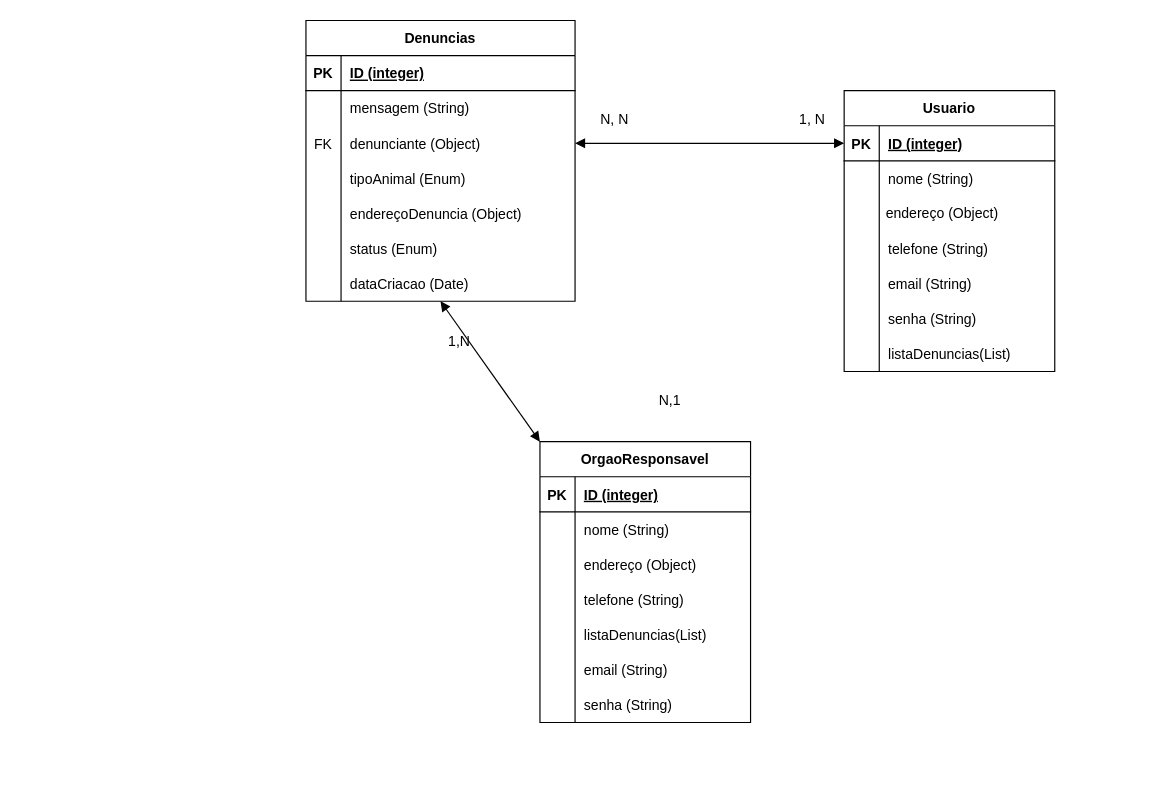
The draw.io diagram Entidades_e_relacionamentos.drawio in michaelsanguinete/CompassFinalProject, before the edit. Source tidied: cells renumbered, new cells numbered last; positions are measured from the earlier drawing's top-left corner, leaving out a move shared by most shapes. Both pictures are drawn from the tidied source at 117%, with x=0, y=0 at pixel (305, 20).
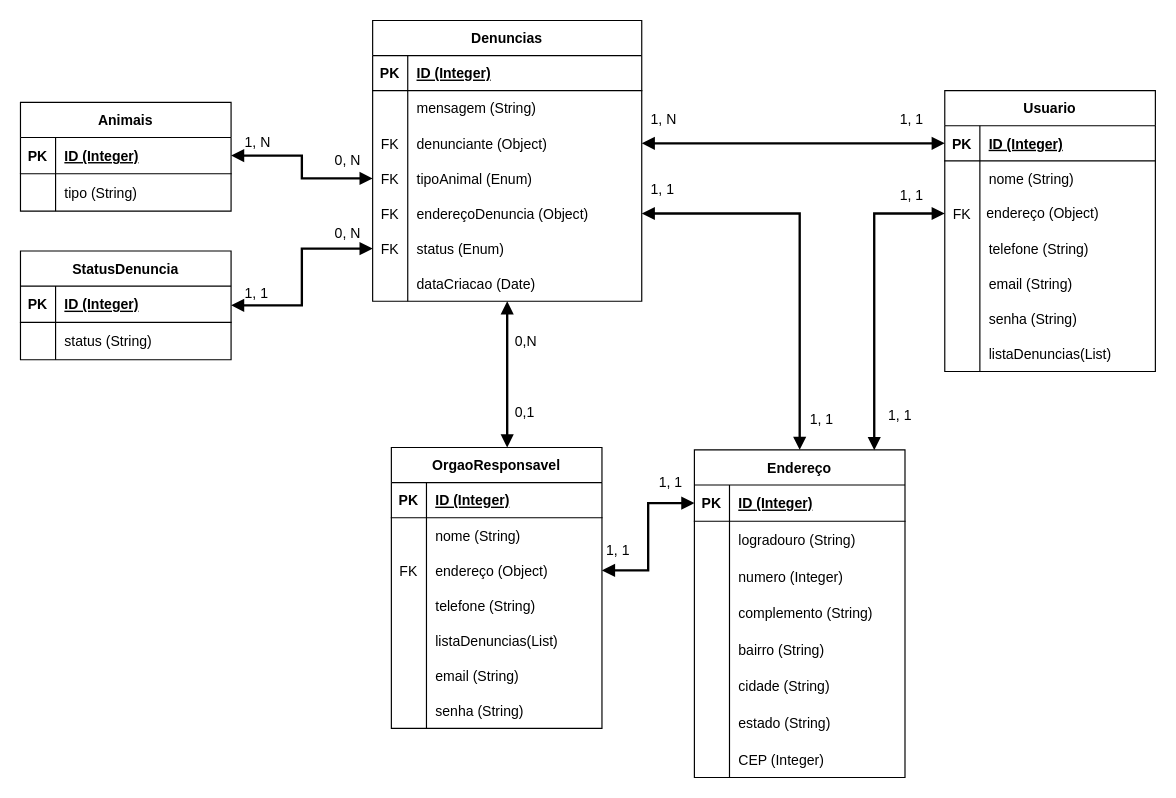
The same diagram, later.

Unchanged cells that the change refers to:
```xml
<mxCell id="3" style="shape=partialRectangle;fillColor=none;top=0;left=0;bottom=1;right=0;" parent="2" vertex="1">
  <mxGeometry y="30" width="230" height="30" as="geometry" />
</mxCell>
<mxCell id="9" style="shape=partialRectangle;fillColor=none;top=0;left=0;bottom=0;right=0;points=[[0,0.5],[1,0.5]];portConstraint=eastwest;" parent="2" vertex="1">
  <mxGeometry y="90" width="230" height="30" as="geometry" />
</mxCell>
<mxCell id="12" style="shape=partialRectangle;fillColor=none;top=0;left=0;bottom=0;right=0;points=[[0,0.5],[1,0.5]];portConstraint=eastwest;" parent="2" vertex="1">
  <mxGeometry y="120" width="230" height="30" as="geometry" />
</mxCell>
<mxCell id="15" style="shape=partialRectangle;fillColor=none;top=0;left=0;bottom=0;right=0;points=[[0,0.5],[1,0.5]];portConstraint=eastwest;" parent="2" vertex="1">
  <mxGeometry y="150" width="230" height="30" as="geometry" />
</mxCell>
<mxCell id="18" style="shape=partialRectangle;fillColor=none;top=0;left=0;bottom=0;right=0;points=[[0,0.5],[1,0.5]];portConstraint=eastwest;" parent="2" vertex="1">
  <mxGeometry y="180" width="230" height="30" as="geometry" />
</mxCell>
<mxCell id="25" style="shape=partialRectangle;fillColor=none;top=0;left=0;bottom=1;right=0;points=[[0,0.5],[1,0.5]];portConstraint=eastwest;" parent="24" vertex="1">
  <mxGeometry y="30" width="180" height="30" as="geometry" />
</mxCell>
<mxCell id="31" style="shape=partialRectangle;fillColor=none;top=0;left=0;bottom=0;right=0;points=[[0,0.5],[1,0.5]];portConstraint=eastwest;" parent="24" vertex="1">
  <mxGeometry y="90" width="180" height="30" as="geometry" />
</mxCell>
<mxCell id="49" style="shape=partialRectangle;fillColor=none;top=0;left=0;bottom=1;right=0;" parent="48" vertex="1">
  <mxGeometry y="30" width="180" height="30" as="geometry" />
</mxCell>
<mxCell id="55" style="shape=partialRectangle;fillColor=none;top=0;left=0;bottom=0;right=0;points=[[0,0.5],[1,0.5]];portConstraint=eastwest;" parent="48" vertex="1">
  <mxGeometry y="90" width="180" height="30" as="geometry" />
</mxCell>
```

What changed in the source:
```diff
@@
     <mxCell id="2" value="Denuncias" style="shape=table;startSize=30;childLayout=tableLayout;rowLines=0;fontStyle=1;align=center;" parent="1" vertex="1">
-      <mxGeometry width="230" height="240" as="geometry" />
+      <mxGeometry x="57" width="230" height="240" as="geometry" />
     </mxCell>
@@
-    <mxCell id="5" value="ID (integer)" style="shape=partialRectangle;fillColor=none;top=0;left=0;bottom=0;right=0;align=left;spacingLeft=6;fontStyle=5;overflow=hidden;" parent="3" vertex="1">
+    <mxCell id="5" value="ID (Integer)" style="shape=partialRectangle;fillColor=none;top=0;left=0;bottom=0;right=0;align=left;spacingLeft=6;fontStyle=5;overflow=hidden;" parent="3" vertex="1">
       <mxGeometry x="30" width="200" height="30" as="geometry" />
     </mxCell>
@@
-    <mxCell id="13" style="shape=partialRectangle;fillColor=none;top=0;left=0;bottom=0;right=0;overflow=hidden;" parent="12" vertex="1">
+    <mxCell id="13" value="FK" style="shape=partialRectangle;fillColor=none;top=0;left=0;bottom=0;right=0;overflow=hidden;" parent="12" vertex="1">
       <mxGeometry width="30" height="30" as="geometry" />
     </mxCell>
@@
-    <mxCell id="16" style="shape=partialRectangle;fillColor=none;top=0;left=0;bottom=0;right=0;overflow=hidden;" parent="15" vertex="1">
+    <mxCell id="16" value="FK" style="shape=partialRectangle;fillColor=none;top=0;left=0;bottom=0;right=0;overflow=hidden;" parent="15" vertex="1">
       <mxGeometry width="30" height="30" as="geometry" />
     </mxCell>
@@
-    <mxCell id="19" style="shape=partialRectangle;fillColor=none;top=0;left=0;bottom=0;right=0;overflow=hidden;" parent="18" vertex="1">
+    <mxCell id="19" value="FK" style="shape=partialRectangle;fillColor=none;top=0;left=0;bottom=0;right=0;overflow=hidden;" parent="18" vertex="1">
       <mxGeometry width="30" height="30" as="geometry" />
     </mxCell>
@@
     <mxCell id="24" value="Usuario" style="shape=table;startSize=30;childLayout=tableLayout;rowLines=0;fontStyle=1;align=center;fillColor=none;right=1;resizeLastRow=1;" parent="1" vertex="1">
-      <mxGeometry x="460" y="60" width="180" height="240" as="geometry" />
+      <mxGeometry x="546" y="60" width="180" height="240" as="geometry" />
     </mxCell>
@@
-    <mxCell id="27" value="ID (integer)" style="shape=partialRectangle;fillColor=none;top=0;left=0;bottom=0;right=0;align=left;spacingLeft=6;fontStyle=5;overflow=hidden;" parent="25" vertex="1">
+    <mxCell id="27" value="ID (Integer)" style="shape=partialRectangle;fillColor=none;top=0;left=0;bottom=0;right=0;align=left;spacingLeft=6;fontStyle=5;overflow=hidden;" parent="25" vertex="1">
       <mxGeometry x="30" width="150" height="30" as="geometry" />
     </mxCell>
@@
-    <mxCell id="32" style="shape=partialRectangle;fillColor=none;top=0;left=0;bottom=0;right=0;overflow=hidden;" parent="31" vertex="1">
+    <mxCell id="32" value="FK" style="shape=partialRectangle;fillColor=none;top=0;left=0;bottom=0;right=0;overflow=hidden;" parent="31" vertex="1">
       <mxGeometry width="30" height="30" as="geometry" />
     </mxCell>
@@
-    <mxCell id="46" style="edgeStyle=orthogonalEdgeStyle;rounded=0;jettySize=auto;html=1;entryX=0;entryY=0.5;entryDx=0;entryDy=0;startArrow=block;startFill=1;endArrow=block;endFill=1;" parent="1" edge="1" source="9" target="25">
+    <mxCell id="46" style="edgeStyle=orthogonalEdgeStyle;rounded=0;jettySize=auto;html=1;entryX=0;entryY=0.5;entryDx=0;entryDy=0;startArrow=block;startFill=1;endArrow=block;endFill=1;strokeWidth=2;" parent="1" edge="1" source="9" target="25">
       <mxGeometry relative="1" as="geometry" />
     </mxCell>
-    <mxCell id="47" style="edgeStyle=orthogonalEdgeStyle;rounded=0;jettySize=auto;html=1;entryX=0.5;entryY=1;entryDx=0;entryDy=0;endArrow=block;endFill=1;startArrow=block;startFill=1;targetPerimeterSpacing=0;sourcePerimeterSpacing=0;jumpSize=6;noEdgeStyle=1;orthogonal=1;" parent="1" edge="1" source="48" target="2">
+    <mxCell id="47" style="edgeStyle=orthogonalEdgeStyle;rounded=0;jettySize=auto;html=1;entryX=0.5;entryY=1;entryDx=0;entryDy=0;endArrow=block;endFill=1;startArrow=block;startFill=1;targetPerimeterSpacing=0;sourcePerimeterSpacing=0;jumpSize=6;noEdgeStyle=1;orthogonal=1;strokeWidth=2;" parent="1" edge="1" source="48" target="2">
       <mxGeometry relative="1" as="geometry" />
     </mxCell>
     <mxCell id="48" value="OrgaoResponsavel" style="shape=table;startSize=30;childLayout=tableLayout;rowLines=0;fontStyle=1;align=center;" parent="1" vertex="1">
-      <mxGeometry x="200" y="360" width="180" height="240" as="geometry" />
+      <mxGeometry x="73" y="365" width="180" height="240" as="geometry" />
     </mxCell>
@@
-    <mxCell id="51" value="ID (integer)" style="shape=partialRectangle;fillColor=none;top=0;left=0;bottom=0;right=0;align=left;spacingLeft=6;fontStyle=5;overflow=hidden;" parent="49" vertex="1">
+    <mxCell id="51" value="ID (Integer)" style="shape=partialRectangle;fillColor=none;top=0;left=0;bottom=0;right=0;align=left;spacingLeft=6;fontStyle=5;overflow=hidden;" parent="49" vertex="1">
       <mxGeometry x="30" width="150" height="30" as="geometry" />
     </mxCell>
@@
-    <mxCell id="56" style="shape=partialRectangle;fillColor=none;top=0;left=0;bottom=0;right=0;overflow=hidden;" parent="55" vertex="1">
+    <mxCell id="56" value="FK" style="shape=partialRectangle;fillColor=none;top=0;left=0;bottom=0;right=0;overflow=hidden;" parent="55" vertex="1">
       <mxGeometry width="30" height="30" as="geometry" />
     </mxCell>
@@
-    <mxCell id="70" value="1,N" style="text;html=1;strokeColor=none;fillColor=none;align=left;verticalAlign=middle;whiteSpace=wrap;rounded=0;sketch=0;" parent="1" vertex="1">
-      <mxGeometry x="120" y="260" width="60" height="30" as="geometry" />
+    <mxCell id="70" value="0,N" style="text;html=1;strokeColor=none;fillColor=none;align=left;verticalAlign=middle;whiteSpace=wrap;rounded=0;sketch=0;" parent="1" vertex="1">
+      <mxGeometry x="177" y="260" width="26" height="30" as="geometry" />
     </mxCell>
-    <mxCell id="71" value="N,1" style="text;html=1;strokeColor=none;fillColor=none;align=left;verticalAlign=middle;whiteSpace=wrap;rounded=0;sketch=0;" parent="1" vertex="1">
-      <mxGeometry x="300" y="310" width="60" height="30" as="geometry" />
+    <mxCell id="71" value="0,1" style="text;html=1;strokeColor=none;fillColor=none;align=left;verticalAlign=middle;whiteSpace=wrap;rounded=0;sketch=0;" parent="1" vertex="1">
+      <mxGeometry x="177" y="320" width="26" height="30" as="geometry" />
     </mxCell>
-    <mxCell id="72" value="N, N" style="text;html=1;strokeColor=none;fillColor=none;align=left;verticalAlign=middle;whiteSpace=wrap;rounded=0;sketch=0;" parent="1" vertex="1">
-      <mxGeometry x="250" y="70" width="30" height="30" as="geometry" />
+    <mxCell id="72" value="1, N" style="text;html=1;strokeColor=none;fillColor=none;align=left;verticalAlign=middle;whiteSpace=wrap;rounded=0;sketch=0;" parent="1" vertex="1">
+      <mxGeometry x="293" y="70" width="30" height="30" as="geometry" />
     </mxCell>
-    <mxCell id="73" value="1, N" style="text;html=1;strokeColor=none;fillColor=none;align=left;verticalAlign=middle;whiteSpace=wrap;rounded=0;sketch=0;" parent="1" vertex="1">
-      <mxGeometry x="420" y="70" width="30" height="30" as="geometry" />
+    <mxCell id="73" value="1, 1" style="text;html=1;strokeColor=none;fillColor=none;align=left;verticalAlign=middle;whiteSpace=wrap;rounded=0;sketch=0;" parent="1" vertex="1">
+      <mxGeometry x="506" y="70" width="30" height="30" as="geometry" />
     </mxCell>
+    <mxCell id="74" value="Endereço" style="shape=table;startSize=30;childLayout=tableLayout;rowLines=0;fontStyle=1;align=center;" parent="1" vertex="1">
+      <mxGeometry x="332" y="367" width="180" height="280" as="geometry" />
+    </mxCell>
+    <mxCell id="75" style="shape=partialRectangle;fillColor=none;top=0;left=0;bottom=1;right=0;points=[[0,0.5],[1,0.5]];portConstraint=eastwest;" parent="74" vertex="1">
+      <mxGeometry y="30" width="180" height="31" as="geometry" />
+    </mxCell>
+    <mxCell id="76" value="PK" style="shape=partialRectangle;fillColor=none;top=0;left=0;bottom=0;right=0;fontStyle=1;overflow=hidden;" parent="75" vertex="1">
+      <mxGeometry width="30" height="31" as="geometry" />
+    </mxCell>
+    <mxCell id="77" value="ID (Integer)" style="shape=partialRectangle;fillColor=none;top=0;left=0;bottom=0;right=0;align=left;spacingLeft=6;fontStyle=5;overflow=hidden;" parent="75" vertex="1">
+      <mxGeometry x="30" width="150" height="31" as="geometry" />
+    </mxCell>
+    <mxCell id="78" style="shape=partialRectangle;fillColor=none;top=0;left=0;bottom=0;right=0;" parent="74" vertex="1">
+      <mxGeometry y="61" width="180" height="32" as="geometry" />
+    </mxCell>
+    <mxCell id="79" style="shape=partialRectangle;fillColor=none;top=0;left=0;bottom=0;right=0;overflow=hidden;" parent="78" vertex="1">
+      <mxGeometry width="30" height="32" as="geometry" />
+    </mxCell>
+    <mxCell id="80" value="logradouro (String)" style="shape=partialRectangle;fillColor=none;top=0;left=0;bottom=0;right=0;align=left;spacingLeft=6;overflow=hidden;" parent="78" vertex="1">
+      <mxGeometry x="30" width="150" height="32" as="geometry" />
+    </mxCell>
+    <mxCell id="81" style="shape=partialRectangle;fillColor=none;top=0;left=0;bottom=0;right=0;" parent="74" vertex="1">
+      <mxGeometry y="93" width="180" height="31" as="geometry" />
+    </mxCell>
+    <mxCell id="82" style="shape=partialRectangle;fillColor=none;top=0;left=0;bottom=0;right=0;overflow=hidden;" parent="81" vertex="1">
+      <mxGeometry width="30" height="31" as="geometry" />
+    </mxCell>
+    <mxCell id="83" value="numero (Integer)" style="shape=partialRectangle;fillColor=none;top=0;left=0;bottom=0;right=0;align=left;spacingLeft=6;overflow=hidden;" parent="81" vertex="1">
+      <mxGeometry x="30" width="150" height="31" as="geometry" />
+    </mxCell>
+    <mxCell id="84" style="shape=partialRectangle;fillColor=none;top=0;left=0;bottom=0;right=0;" parent="74" vertex="1">
+      <mxGeometry y="124" width="180" height="31" as="geometry" />
+    </mxCell>
+    <mxCell id="85" style="shape=partialRectangle;fillColor=none;top=0;left=0;bottom=0;right=0;overflow=hidden;" parent="84" vertex="1">
+      <mxGeometry width="30" height="31" as="geometry" />
+    </mxCell>
+    <mxCell id="86" value="complemento (String)" style="shape=partialRectangle;fillColor=none;top=0;left=0;bottom=0;right=0;align=left;spacingLeft=6;overflow=hidden;" parent="84" vertex="1">
+      <mxGeometry x="30" width="150" height="31" as="geometry" />
+    </mxCell>
+    <mxCell id="87" style="shape=partialRectangle;fillColor=none;top=0;left=0;bottom=0;right=0;" parent="74" vertex="1">
+      <mxGeometry y="155" width="180" height="31" as="geometry" />
+    </mxCell>
+    <mxCell id="88" style="shape=partialRectangle;fillColor=none;top=0;left=0;bottom=0;right=0;overflow=hidden;" parent="87" vertex="1">
+      <mxGeometry width="30" height="31" as="geometry" />
+    </mxCell>
+    <mxCell id="89" value="bairro (String)" style="shape=partialRectangle;fillColor=none;top=0;left=0;bottom=0;right=0;align=left;spacingLeft=6;overflow=hidden;" parent="87" vertex="1">
+      <mxGeometry x="30" width="150" height="31" as="geometry" />
+    </mxCell>
+    <mxCell id="90" style="shape=partialRectangle;fillColor=none;top=0;left=0;bottom=0;right=0;" parent="74" vertex="1">
+      <mxGeometry y="186" width="180" height="32" as="geometry" />
+    </mxCell>
+    <mxCell id="91" style="shape=partialRectangle;fillColor=none;top=0;left=0;bottom=0;right=0;overflow=hidden;" parent="90" vertex="1">
+      <mxGeometry width="30" height="32" as="geometry" />
+    </mxCell>
+    <mxCell id="92" value="cidade (String)" style="shape=partialRectangle;fillColor=none;top=0;left=0;bottom=0;right=0;align=left;spacingLeft=6;overflow=hidden;" parent="90" vertex="1">
+      <mxGeometry x="30" width="150" height="32" as="geometry" />
+    </mxCell>
+    <mxCell id="93" style="shape=partialRectangle;fillColor=none;top=0;left=0;bottom=0;right=0;" parent="74" vertex="1">
+      <mxGeometry y="218" width="180" height="31" as="geometry" />
+    </mxCell>
+    <mxCell id="94" style="shape=partialRectangle;fillColor=none;top=0;left=0;bottom=0;right=0;overflow=hidden;" parent="93" vertex="1">
+      <mxGeometry width="30" height="31" as="geometry" />
+    </mxCell>
+    <mxCell id="95" value="estado (String)" style="shape=partialRectangle;fillColor=none;top=0;left=0;bottom=0;right=0;align=left;spacingLeft=6;overflow=hidden;" parent="93" vertex="1">
+      <mxGeometry x="30" width="150" height="31" as="geometry" />
+    </mxCell>
+    <mxCell id="96" style="shape=partialRectangle;fillColor=none;top=0;left=0;bottom=0;right=0;" parent="74" vertex="1">
+      <mxGeometry y="249" width="180" height="31" as="geometry" />
+    </mxCell>
+    <mxCell id="97" style="shape=partialRectangle;fillColor=none;top=0;left=0;bottom=0;right=0;overflow=hidden;" parent="96" vertex="1">
+      <mxGeometry width="30" height="31" as="geometry" />
+    </mxCell>
+    <mxCell id="98" value="CEP (Integer)" style="shape=partialRectangle;fillColor=none;top=0;left=0;bottom=0;right=0;align=left;spacingLeft=6;overflow=hidden;" parent="96" vertex="1">
+      <mxGeometry x="30" width="150" height="31" as="geometry" />
+    </mxCell>
+    <mxCell id="99" value="Animais" style="shape=table;startSize=30;childLayout=tableLayout;rowLines=0;fontStyle=1;align=center;" parent="1" vertex="1">
+      <mxGeometry x="-244" y="70" width="180" height="93" as="geometry" />
+    </mxCell>
+    <mxCell id="100" style="shape=partialRectangle;fillColor=none;top=0;left=0;bottom=1;right=0;points=[[0,0.5],[1,0.5]];portConstraint=eastwest;" parent="99" vertex="1">
+      <mxGeometry y="30" width="180" height="31" as="geometry" />
+    </mxCell>
+    <mxCell id="101" value="PK" style="shape=partialRectangle;fillColor=none;top=0;left=0;bottom=0;right=0;fontStyle=1;overflow=hidden;" parent="100" vertex="1">
+      <mxGeometry width="30" height="31" as="geometry" />
+    </mxCell>
+    <mxCell id="102" value="ID (Integer)" style="shape=partialRectangle;fillColor=none;top=0;left=0;bottom=0;right=0;align=left;spacingLeft=6;fontStyle=5;overflow=hidden;" parent="100" vertex="1">
+      <mxGeometry x="30" width="150" height="31" as="geometry" />
+    </mxCell>
+    <mxCell id="103" style="shape=partialRectangle;fillColor=none;top=0;left=0;bottom=0;right=0;" parent="99" vertex="1">
+      <mxGeometry y="61" width="180" height="32" as="geometry" />
+    </mxCell>
+    <mxCell id="104" style="shape=partialRectangle;fillColor=none;top=0;left=0;bottom=0;right=0;overflow=hidden;" parent="103" vertex="1">
+      <mxGeometry width="30" height="32" as="geometry" />
+    </mxCell>
+    <mxCell id="105" value="tipo (String)" style="shape=partialRectangle;fillColor=none;top=0;left=0;bottom=0;right=0;align=left;spacingLeft=6;overflow=hidden;" parent="103" vertex="1">
+      <mxGeometry x="30" width="150" height="32" as="geometry" />
+    </mxCell>
+    <mxCell id="106" value="StatusDenuncia" style="shape=table;startSize=30;childLayout=tableLayout;rowLines=0;fontStyle=1;align=center;" parent="1" vertex="1">
+      <mxGeometry x="-244" y="197" width="180" height="93" as="geometry" />
+    </mxCell>
+    <mxCell id="107" style="shape=partialRectangle;fillColor=none;top=0;left=0;bottom=1;right=0;" parent="106" vertex="1">
+      <mxGeometry y="30" width="180" height="31" as="geometry" />
+    </mxCell>
+    <mxCell id="108" value="PK" style="shape=partialRectangle;fillColor=none;top=0;left=0;bottom=0;right=0;fontStyle=1;overflow=hidden;" parent="107" vertex="1">
+      <mxGeometry width="30" height="31" as="geometry" />
+    </mxCell>
+    <mxCell id="109" value="ID (Integer)" style="shape=partialRectangle;fillColor=none;top=0;left=0;bottom=0;right=0;align=left;spacingLeft=6;fontStyle=5;overflow=hidden;" parent="107" vertex="1">
+      <mxGeometry x="30" width="150" height="31" as="geometry" />
+    </mxCell>
+    <mxCell id="110" style="shape=partialRectangle;fillColor=none;top=0;left=0;bottom=0;right=0;" parent="106" vertex="1">
+      <mxGeometry y="61" width="180" height="32" as="geometry" />
+    </mxCell>
+    <mxCell id="111" style="shape=partialRectangle;fillColor=none;top=0;left=0;bottom=0;right=0;overflow=hidden;" parent="110" vertex="1">
+      <mxGeometry width="30" height="32" as="geometry" />
+    </mxCell>
+    <mxCell id="112" value="status (String)" style="shape=partialRectangle;fillColor=none;top=0;left=0;bottom=0;right=0;align=left;spacingLeft=6;overflow=hidden;" parent="110" vertex="1">
+      <mxGeometry x="30" width="150" height="32" as="geometry" />
+    </mxCell>
+    <mxCell id="113" style="edgeStyle=orthogonalEdgeStyle;rounded=0;jettySize=auto;html=1;entryX=1;entryY=0.5;entryDx=0;entryDy=0;startArrow=block;startFill=1;endArrow=block;endFill=1;strokeWidth=2;" parent="1" edge="1" source="12" target="100">
+      <mxGeometry relative="1" as="geometry" />
+    </mxCell>
+    <mxCell id="114" style="edgeStyle=orthogonalEdgeStyle;rounded=0;jettySize=auto;html=1;exitX=0;exitY=0.5;exitDx=0;exitDy=0;entryX=1;entryY=0.5;entryDx=0;entryDy=0;startArrow=block;startFill=1;endArrow=block;endFill=1;strokeWidth=2;" parent="1" edge="1" source="18" target="106">
+      <mxGeometry relative="1" as="geometry" />
+    </mxCell>
+    <mxCell id="115" style="edgeStyle=orthogonalEdgeStyle;rounded=0;jettySize=auto;html=1;entryX=0.854;entryY=0.001;entryDx=0;entryDy=0;startArrow=block;startFill=1;endArrow=block;endFill=1;strokeWidth=2;entryPerimeter=0;" parent="1" edge="1" source="31" target="74">
+      <mxGeometry relative="1" as="geometry" />
+    </mxCell>
+    <mxCell id="116" style="edgeStyle=orthogonalEdgeStyle;rounded=0;jettySize=auto;html=1;entryX=0.5;entryY=0;entryDx=0;entryDy=0;startArrow=block;startFill=1;endArrow=block;endFill=1;strokeWidth=2;" parent="1" edge="1" source="15" target="74">
+      <mxGeometry relative="1" as="geometry" />
+    </mxCell>
+    <mxCell id="117" style="edgeStyle=orthogonalEdgeStyle;rounded=0;jettySize=auto;html=1;entryX=0;entryY=0.5;entryDx=0;entryDy=0;startArrow=block;startFill=1;endArrow=block;endFill=1;strokeWidth=2;" parent="1" edge="1" source="55" target="75">
+      <mxGeometry relative="1" as="geometry" />
+    </mxCell>
+    <mxCell id="118" value="1, 1" style="text;html=1;strokeColor=none;fillColor=none;align=left;verticalAlign=middle;whiteSpace=wrap;rounded=0;sketch=0;" parent="1" vertex="1">
+      <mxGeometry x="506" y="135" width="30" height="30" as="geometry" />
+    </mxCell>
+    <mxCell id="119" value="1, 1" style="text;html=1;strokeColor=none;fillColor=none;align=left;verticalAlign=middle;whiteSpace=wrap;rounded=0;sketch=0;" parent="1" vertex="1">
+      <mxGeometry x="496" y="323" width="30" height="30" as="geometry" />
+    </mxCell>
+    <mxCell id="120" value="1, 1" style="text;html=1;strokeColor=none;fillColor=none;align=left;verticalAlign=middle;whiteSpace=wrap;rounded=0;sketch=0;" parent="1" vertex="1">
+      <mxGeometry x="429" y="326" width="30" height="30" as="geometry" />
+    </mxCell>
+    <mxCell id="121" value="1, 1" style="text;html=1;strokeColor=none;fillColor=none;align=left;verticalAlign=middle;whiteSpace=wrap;rounded=0;sketch=0;" parent="1" vertex="1">
+      <mxGeometry x="293" y="130" width="30" height="30" as="geometry" />
+    </mxCell>
+    <mxCell id="122" value="1, 1" style="text;html=1;strokeColor=none;fillColor=none;align=left;verticalAlign=middle;whiteSpace=wrap;rounded=0;sketch=0;" parent="1" vertex="1">
+      <mxGeometry x="300" y="380" width="30" height="30" as="geometry" />
+    </mxCell>
+    <mxCell id="123" value="1, 1" style="text;html=1;strokeColor=none;fillColor=none;align=left;verticalAlign=middle;whiteSpace=wrap;rounded=0;sketch=0;" parent="1" vertex="1">
+      <mxGeometry x="255" y="438" width="30" height="30" as="geometry" />
+    </mxCell>
+    <mxCell id="124" value="1, N" style="text;html=1;strokeColor=none;fillColor=none;align=left;verticalAlign=middle;whiteSpace=wrap;rounded=0;sketch=0;" parent="1" vertex="1">
+      <mxGeometry x="-54" y="90" width="30" height="30" as="geometry" />
+    </mxCell>
+    <mxCell id="125" value="0, N" style="text;html=1;strokeColor=none;fillColor=none;align=left;verticalAlign=middle;whiteSpace=wrap;rounded=0;sketch=0;" parent="1" vertex="1">
+      <mxGeometry x="23" y="105" width="30" height="30" as="geometry" />
+    </mxCell>
+    <mxCell id="126" value="1, 1" style="text;html=1;strokeColor=none;fillColor=none;align=left;verticalAlign=middle;whiteSpace=wrap;rounded=0;sketch=0;" parent="1" vertex="1">
+      <mxGeometry x="-54" y="219" width="30" height="30" as="geometry" />
+    </mxCell>
+    <mxCell id="127" value="0, N" style="text;html=1;strokeColor=none;fillColor=none;align=left;verticalAlign=middle;whiteSpace=wrap;rounded=0;sketch=0;" parent="1" vertex="1">
+      <mxGeometry x="23" y="167" width="30" height="30" as="geometry" />
+    </mxCell>
```
